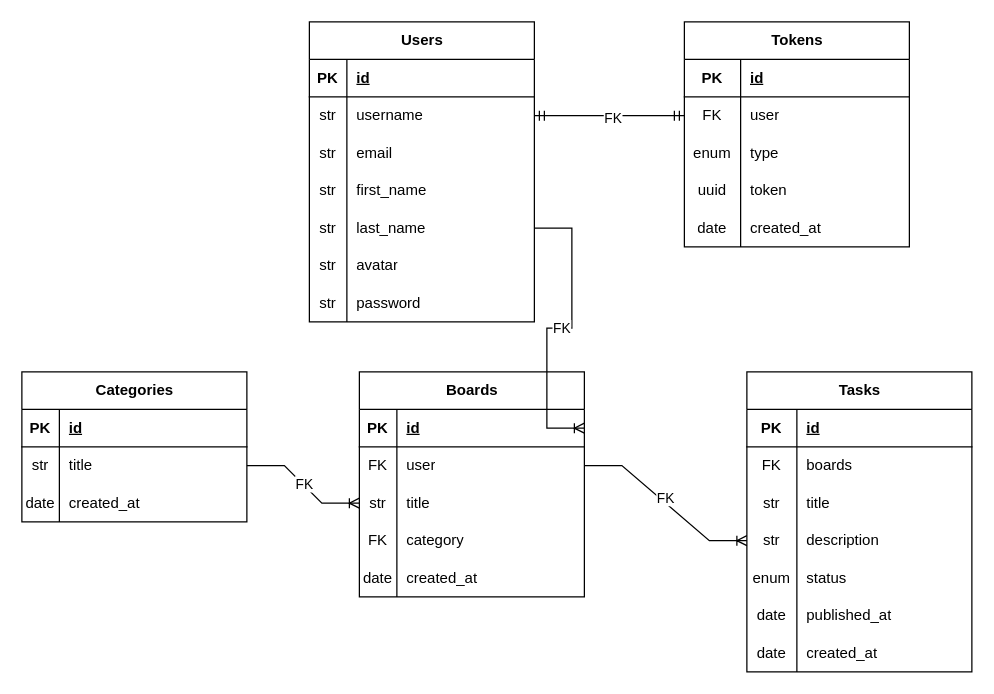
Earlier version of the draw.io diagram Database_Design.drawio (Esmat434/Task_Management). Source tidied: cells renumbered, new cells numbered last; positions are measured from the earlier drawing's top-left corner, leaving out a move shared by most shapes. Both pictures are drawn from the tidied source at 125%, with x=0, y=0 at pixel (21, 21).
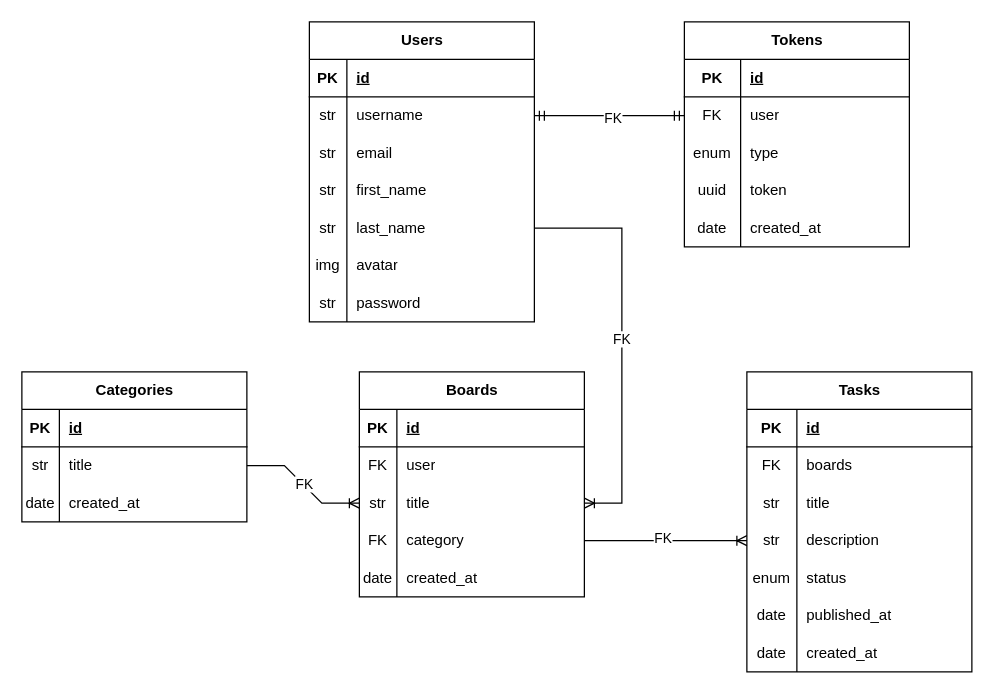
Above is the later version.

The change refers to these unchanged cells:
```xml
<mxCell id="15" style="shape=tableRow;horizontal=0;startSize=0;swimlaneHead=0;swimlaneBody=0;fillColor=none;points=[[0,0.5],[1,0.5]];portConstraint=eastwest;top=0;left=0;right=0;bottom=0;" parent="2" vertex="1">
  <mxGeometry y="150" width="180" height="30" as="geometry" />
</mxCell>
<mxCell id="18" style="shape=tableRow;horizontal=0;startSize=0;swimlaneHead=0;swimlaneBody=0;fillColor=none;top=0;left=0;right=0;bottom=0;" parent="2" vertex="1">
  <mxGeometry y="180" width="180" height="30" as="geometry" />
</mxCell>
<mxCell id="53" style="shape=tableRow;horizontal=0;startSize=0;swimlaneHead=0;swimlaneBody=0;fillColor=none;points=[[0,0.5],[1,0.5]];portConstraint=eastwest;top=0;left=0;right=0;bottom=1;" parent="52" vertex="1">
  <mxGeometry y="30" width="180" height="30" as="geometry" />
</mxCell>
<mxCell id="56" style="shape=tableRow;horizontal=0;startSize=0;swimlaneHead=0;swimlaneBody=0;fillColor=none;points=[[0,0.5],[1,0.5]];portConstraint=eastwest;top=0;left=0;right=0;bottom=0;" parent="52" vertex="1">
  <mxGeometry y="60" width="180" height="30" as="geometry" />
</mxCell>
<mxCell id="59" style="shape=tableRow;horizontal=0;startSize=0;swimlaneHead=0;swimlaneBody=0;fillColor=none;points=[[0,0.5],[1,0.5]];portConstraint=eastwest;top=0;left=0;right=0;bottom=0;" parent="52" vertex="1">
  <mxGeometry y="90" width="180" height="30" as="geometry" />
</mxCell>
<mxCell id="62" style="shape=tableRow;horizontal=0;startSize=0;swimlaneHead=0;swimlaneBody=0;fillColor=none;points=[[0,0.5],[1,0.5]];portConstraint=eastwest;top=0;left=0;right=0;bottom=0;" parent="52" vertex="1">
  <mxGeometry y="120" width="180" height="30" as="geometry" />
</mxCell>
<mxCell id="82" style="shape=tableRow;horizontal=0;startSize=0;swimlaneHead=0;swimlaneBody=0;fillColor=none;points=[[0,0.5],[1,0.5]];portConstraint=eastwest;top=0;left=0;right=0;bottom=0;" parent="72" vertex="1">
  <mxGeometry y="120" width="180" height="30" as="geometry" />
</mxCell>
```

Diff of the diagram source:
```diff
@@
-    <mxCell id="19" value="str" style="shape=partialRectangle;fillColor=none;top=0;left=0;bottom=0;right=0;overflow=hidden;whiteSpace=wrap;html=1;" parent="18" vertex="1">
+    <mxCell id="19" value="img" style="shape=partialRectangle;fillColor=none;top=0;left=0;bottom=0;right=0;overflow=hidden;whiteSpace=wrap;html=1;" parent="18" vertex="1">
       <mxGeometry width="30" height="30" as="geometry" />
     </mxCell>
@@
-    <mxCell id="68" style="edgeStyle=entityRelationEdgeStyle;fontSize=12;html=1;endArrow=ERoneToMany;rounded=0;exitX=1;exitY=0.5;exitDx=0;exitDy=0;entryX=1;entryY=0.5;entryDx=0;entryDy=0;" parent="1" edge="1" source="15" target="53">
+    <mxCell id="68" style="edgeStyle=entityRelationEdgeStyle;fontSize=12;html=1;endArrow=ERoneToMany;rounded=0;exitX=1;exitY=0.5;exitDx=0;exitDy=0;" parent="1" edge="1" source="15" target="59">
       <mxGeometry relative="1" as="geometry" />
     </mxCell>
@@
-    <mxCell id="94" style="edgeStyle=entityRelationEdgeStyle;fontSize=12;html=1;endArrow=ERoneToMany;rounded=0;exitX=1;exitY=0.5;exitDx=0;exitDy=0;entryX=0;entryY=0.5;entryDx=0;entryDy=0;" parent="1" edge="1" source="56" target="82">
+    <mxCell id="94" style="edgeStyle=entityRelationEdgeStyle;fontSize=12;html=1;endArrow=ERoneToMany;rounded=0;exitX=1;exitY=0.5;exitDx=0;exitDy=0;entryX=0;entryY=0.5;entryDx=0;entryDy=0;" parent="1" edge="1" source="62" target="82">
       <mxGeometry relative="1" as="geometry" />
     </mxCell>
```
